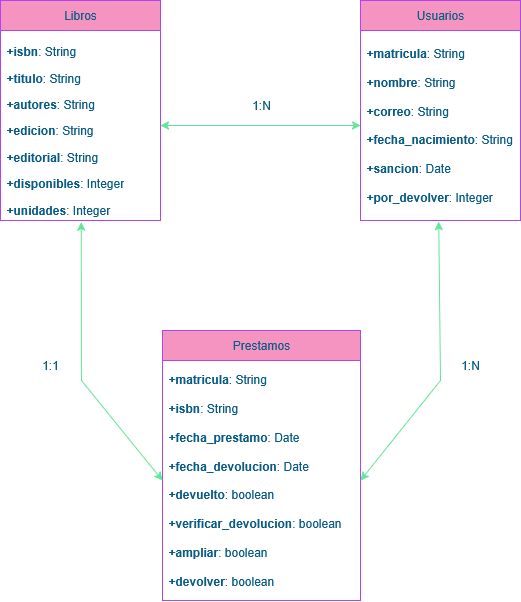
azuar4e/RESTful-Service keeps this draw.io diagram as images/er-model.png. Above is the earlier version. Source tidied: cells renumbered, new cells last; positions are measured from the earlier drawing's top-left corner, leaving out a move shared by most shapes. Its diagram source:
```xml
<mxGraphModel>
  <root>
    <mxCell id="0" />
    <mxCell id="1" parent="0" />
    <mxCell id="2" value="Libros" style="swimlane;fontStyle=0;horizontal=1;startSize=30;whiteSpace=wrap;html=1;labelBackgroundColor=none;fillColor=#F694C1;strokeColor=#AF45ED;fontColor=#095C86;" parent="1" vertex="1">
      <mxGeometry width="160" height="220" as="geometry" />
    </mxCell>
    <mxCell id="3" value="&lt;li&gt;&lt;p class=&quot;ds-markdown-paragraph&quot;&gt;&lt;strong&gt;+isbn&lt;/strong&gt;: String&lt;/p&gt;&lt;/li&gt;&lt;li&gt;&lt;p class=&quot;ds-markdown-paragraph&quot;&gt;&lt;strong&gt;+titulo&lt;/strong&gt;: String&lt;/p&gt;&lt;/li&gt;&lt;li&gt;&lt;p class=&quot;ds-markdown-paragraph&quot;&gt;&lt;strong&gt;+autores&lt;/strong&gt;: String&lt;/p&gt;&lt;/li&gt;&lt;li&gt;&lt;p class=&quot;ds-markdown-paragraph&quot;&gt;&lt;strong&gt;+edicion&lt;/strong&gt;: String&lt;/p&gt;&lt;/li&gt;&lt;li&gt;&lt;p class=&quot;ds-markdown-paragraph&quot;&gt;&lt;strong&gt;+editorial&lt;/strong&gt;: String&lt;/p&gt;&lt;/li&gt;&lt;li&gt;&lt;p class=&quot;ds-markdown-paragraph&quot;&gt;&lt;strong&gt;+disponibles&lt;/strong&gt;: Integer&lt;/p&gt;&lt;/li&gt;&lt;li&gt;&lt;p class=&quot;ds-markdown-paragraph&quot;&gt;&lt;strong&gt;+unidades&lt;/strong&gt;: Integer&lt;/p&gt;&lt;/li&gt;" style="text;strokeColor=none;fillColor=none;align=left;verticalAlign=middle;spacingLeft=4;spacingRight=4;overflow=hidden;points=[[0,0.5],[1,0.5]];portConstraint=eastwest;whiteSpace=wrap;html=1;labelBackgroundColor=none;fontColor=#095C86;" parent="2" vertex="1">
      <mxGeometry y="30" width="160" height="190" as="geometry" />
    </mxCell>
    <mxCell id="4" value="Usuarios" style="swimlane;fontStyle=0;horizontal=1;startSize=30;whiteSpace=wrap;html=1;labelBackgroundColor=none;fillColor=#F694C1;strokeColor=#AF45ED;fontColor=#095C86;" parent="1" vertex="1">
      <mxGeometry x="360" width="160" height="220" as="geometry" />
    </mxCell>
    <mxCell id="5" value="&lt;div&gt;&lt;strong&gt;+matricula&lt;/strong&gt;: String&lt;/div&gt;&lt;div&gt;&lt;br&gt;&lt;/div&gt;&lt;div&gt;&lt;strong&gt;+nombre&lt;/strong&gt;: String&lt;/div&gt;&lt;div&gt;&lt;br&gt;&lt;/div&gt;&lt;div&gt;&lt;strong&gt;+correo&lt;/strong&gt;: String&lt;/div&gt;&lt;div&gt;&lt;br&gt;&lt;/div&gt;&lt;div&gt;&lt;strong&gt;+fecha_nacimiento&lt;/strong&gt;:&amp;nbsp;String&lt;/div&gt;&lt;div&gt;&lt;strong&gt;&lt;br&gt;&lt;/strong&gt;&lt;/div&gt;&lt;div&gt;&lt;strong&gt;+sancion&lt;/strong&gt;: Date&lt;/div&gt;&lt;div&gt;&lt;strong&gt;&lt;br&gt;&lt;/strong&gt;&lt;/div&gt;&lt;div&gt;&lt;strong&gt;+por_devolver&lt;/strong&gt;: Integer&lt;/div&gt;" style="text;strokeColor=none;fillColor=none;align=left;verticalAlign=middle;spacingLeft=4;spacingRight=4;overflow=hidden;points=[[0,0.5],[1,0.5]];portConstraint=eastwest;whiteSpace=wrap;html=1;labelBackgroundColor=none;fontColor=#095C86;" parent="4" vertex="1">
      <mxGeometry y="30" width="160" height="190" as="geometry" />
    </mxCell>
    <mxCell id="6" value="Prestamos" style="swimlane;fontStyle=0;horizontal=1;startSize=30;whiteSpace=wrap;html=1;labelBackgroundColor=none;fillColor=#F694C1;strokeColor=#AF45ED;fontColor=#095C86;" parent="1" vertex="1">
      <mxGeometry x="162" y="330" width="198" height="270" as="geometry" />
    </mxCell>
    <mxCell id="7" value="&lt;div&gt;&lt;strong&gt;+matricula&lt;/strong&gt;: String&lt;/div&gt;&lt;div&gt;&lt;br&gt;&lt;/div&gt;&lt;div&gt;&lt;strong&gt;+isbn&lt;/strong&gt;: String&lt;/div&gt;&lt;div&gt;&lt;br&gt;&lt;/div&gt;&lt;div&gt;&lt;strong&gt;+fecha_prestamo&lt;/strong&gt;: Date&lt;/div&gt;&lt;div&gt;&lt;br&gt;&lt;/div&gt;&lt;div&gt;&lt;strong&gt;+fecha_devolucion&lt;/strong&gt;: Date&lt;/div&gt;&lt;div&gt;&lt;br&gt;&lt;/div&gt;&lt;div&gt;&lt;strong&gt;+devuelto&lt;/strong&gt;: boolean&lt;/div&gt;&lt;div&gt;&lt;br&gt;&lt;/div&gt;&lt;div&gt;&lt;strong&gt;+verificar_devolucion&lt;/strong&gt;: boolean&lt;/div&gt;&lt;div&gt;&lt;br&gt;&lt;/div&gt;&lt;div&gt;&lt;strong&gt;+ampliar&lt;/strong&gt;: boolean&lt;/div&gt;&lt;div&gt;&lt;br&gt;&lt;/div&gt;&lt;strong&gt;+devolver&lt;/strong&gt;: boolean" style="text;strokeColor=none;fillColor=none;align=left;verticalAlign=middle;spacingLeft=4;spacingRight=4;overflow=hidden;points=[[0,0.5],[1,0.5]];portConstraint=eastwest;whiteSpace=wrap;html=1;labelBackgroundColor=none;fontColor=#095C86;" parent="6" vertex="1">
      <mxGeometry y="30" width="198" height="240" as="geometry" />
    </mxCell>
    <mxCell id="8" style="endArrow=classic;startArrow=classic;html=1;rounded=0;exitX=0;exitY=0.5;exitDx=0;exitDy=0;entryX=0.505;entryY=1.009;entryDx=0;entryDy=0;entryPerimeter=0;labelBackgroundColor=none;strokeColor=#60E696;fontColor=default;" parent="1" edge="1" source="7" target="3">
      <mxGeometry relative="1" as="geometry">
        <Array as="points">
          <mxPoint x="81" y="380" />
        </Array>
      </mxGeometry>
    </mxCell>
    <mxCell id="9" value="1:1" style="text;html=1;align=center;verticalAlign=middle;whiteSpace=wrap;rounded=0;labelBackgroundColor=none;fontColor=#095C86;" parent="1" vertex="1">
      <mxGeometry x="20" y="350" width="60" height="30" as="geometry" />
    </mxCell>
    <mxCell id="10" style="endArrow=classic;startArrow=classic;html=1;rounded=0;entryX=0.489;entryY=1.006;entryDx=0;entryDy=0;entryPerimeter=0;exitX=1;exitY=0.5;exitDx=0;exitDy=0;labelBackgroundColor=none;strokeColor=#60E696;fontColor=default;" parent="1" edge="1" source="7" target="5">
      <mxGeometry relative="1" as="geometry">
        <Array as="points">
          <mxPoint x="440" y="380" />
        </Array>
      </mxGeometry>
    </mxCell>
    <mxCell id="11" value="1:N" style="text;html=1;align=center;verticalAlign=middle;whiteSpace=wrap;rounded=0;labelBackgroundColor=none;fontColor=#095C86;" parent="1" vertex="1">
      <mxGeometry x="440" y="350" width="60" height="30" as="geometry" />
    </mxCell>
    <mxCell id="12" style="endArrow=classic;startArrow=classic;html=1;rounded=0;entryX=0;entryY=0.5;entryDx=0;entryDy=0;exitX=1;exitY=0.5;exitDx=0;exitDy=0;labelBackgroundColor=none;strokeColor=#60E696;fontColor=default;" parent="1" edge="1" source="3" target="5">
      <mxGeometry relative="1" as="geometry" />
    </mxCell>
    <mxCell id="13" value="1:N" style="text;html=1;align=center;verticalAlign=middle;whiteSpace=wrap;rounded=0;labelBackgroundColor=none;fontColor=#095C86;" parent="1" vertex="1">
      <mxGeometry x="231" y="90" width="60" height="30" as="geometry" />
    </mxCell>
  </root>
</mxGraphModel>
```
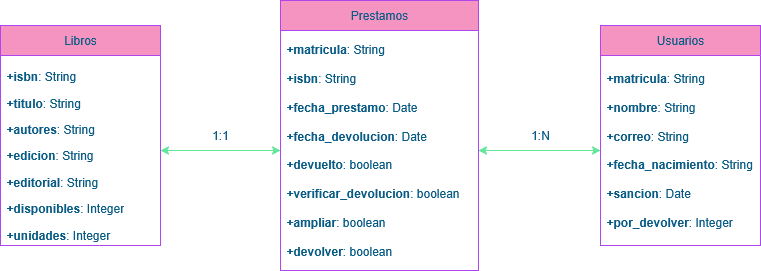
After the change.

The edit, as a diff of the source:
```diff
@@ -3,48 +3,34 @@
     <mxCell id="0" />
     <mxCell id="1" parent="0" />
     <mxCell id="2" value="Libros" style="swimlane;fontStyle=0;horizontal=1;startSize=30;whiteSpace=wrap;html=1;labelBackgroundColor=none;fillColor=#F694C1;strokeColor=#AF45ED;fontColor=#095C86;" parent="1" vertex="1">
-      <mxGeometry width="160" height="220" as="geometry" />
+      <mxGeometry y="5" width="160" height="220" as="geometry" />
     </mxCell>
     <mxCell id="3" value="&lt;li&gt;&lt;p class=&quot;ds-markdown-paragraph&quot;&gt;&lt;strong&gt;+isbn&lt;/strong&gt;: String&lt;/p&gt;&lt;/li&gt;&lt;li&gt;&lt;p class=&quot;ds-markdown-paragraph&quot;&gt;&lt;strong&gt;+titulo&lt;/strong&gt;: String&lt;/p&gt;&lt;/li&gt;&lt;li&gt;&lt;p class=&quot;ds-markdown-paragraph&quot;&gt;&lt;strong&gt;+autores&lt;/strong&gt;: String&lt;/p&gt;&lt;/li&gt;&lt;li&gt;&lt;p class=&quot;ds-markdown-paragraph&quot;&gt;&lt;strong&gt;+edicion&lt;/strong&gt;: String&lt;/p&gt;&lt;/li&gt;&lt;li&gt;&lt;p class=&quot;ds-markdown-paragraph&quot;&gt;&lt;strong&gt;+editorial&lt;/strong&gt;: String&lt;/p&gt;&lt;/li&gt;&lt;li&gt;&lt;p class=&quot;ds-markdown-paragraph&quot;&gt;&lt;strong&gt;+disponibles&lt;/strong&gt;: Integer&lt;/p&gt;&lt;/li&gt;&lt;li&gt;&lt;p class=&quot;ds-markdown-paragraph&quot;&gt;&lt;strong&gt;+unidades&lt;/strong&gt;: Integer&lt;/p&gt;&lt;/li&gt;" style="text;strokeColor=none;fillColor=none;align=left;verticalAlign=middle;spacingLeft=4;spacingRight=4;overflow=hidden;points=[[0,0.5],[1,0.5]];portConstraint=eastwest;whiteSpace=wrap;html=1;labelBackgroundColor=none;fontColor=#095C86;" parent="2" vertex="1">
       <mxGeometry y="30" width="160" height="190" as="geometry" />
     </mxCell>
     <mxCell id="4" value="Usuarios" style="swimlane;fontStyle=0;horizontal=1;startSize=30;whiteSpace=wrap;html=1;labelBackgroundColor=none;fillColor=#F694C1;strokeColor=#AF45ED;fontColor=#095C86;" parent="1" vertex="1">
-      <mxGeometry x="360" width="160" height="220" as="geometry" />
+      <mxGeometry x="600" y="5" width="160" height="220" as="geometry" />
     </mxCell>
     <mxCell id="5" value="&lt;div&gt;&lt;strong&gt;+matricula&lt;/strong&gt;: String&lt;/div&gt;&lt;div&gt;&lt;br&gt;&lt;/div&gt;&lt;div&gt;&lt;strong&gt;+nombre&lt;/strong&gt;: String&lt;/div&gt;&lt;div&gt;&lt;br&gt;&lt;/div&gt;&lt;div&gt;&lt;strong&gt;+correo&lt;/strong&gt;: String&lt;/div&gt;&lt;div&gt;&lt;br&gt;&lt;/div&gt;&lt;div&gt;&lt;strong&gt;+fecha_nacimiento&lt;/strong&gt;:&amp;nbsp;String&lt;/div&gt;&lt;div&gt;&lt;strong&gt;&lt;br&gt;&lt;/strong&gt;&lt;/div&gt;&lt;div&gt;&lt;strong&gt;+sancion&lt;/strong&gt;: Date&lt;/div&gt;&lt;div&gt;&lt;strong&gt;&lt;br&gt;&lt;/strong&gt;&lt;/div&gt;&lt;div&gt;&lt;strong&gt;+por_devolver&lt;/strong&gt;: Integer&lt;/div&gt;" style="text;strokeColor=none;fillColor=none;align=left;verticalAlign=middle;spacingLeft=4;spacingRight=4;overflow=hidden;points=[[0,0.5],[1,0.5]];portConstraint=eastwest;whiteSpace=wrap;html=1;labelBackgroundColor=none;fontColor=#095C86;" parent="4" vertex="1">
       <mxGeometry y="30" width="160" height="190" as="geometry" />
     </mxCell>
     <mxCell id="6" value="Prestamos" style="swimlane;fontStyle=0;horizontal=1;startSize=30;whiteSpace=wrap;html=1;labelBackgroundColor=none;fillColor=#F694C1;strokeColor=#AF45ED;fontColor=#095C86;" parent="1" vertex="1">
-      <mxGeometry x="162" y="330" width="198" height="270" as="geometry" />
+      <mxGeometry x="280" y="-20" width="198" height="270" as="geometry" />
     </mxCell>
     <mxCell id="7" value="&lt;div&gt;&lt;strong&gt;+matricula&lt;/strong&gt;: String&lt;/div&gt;&lt;div&gt;&lt;br&gt;&lt;/div&gt;&lt;div&gt;&lt;strong&gt;+isbn&lt;/strong&gt;: String&lt;/div&gt;&lt;div&gt;&lt;br&gt;&lt;/div&gt;&lt;div&gt;&lt;strong&gt;+fecha_prestamo&lt;/strong&gt;: Date&lt;/div&gt;&lt;div&gt;&lt;br&gt;&lt;/div&gt;&lt;div&gt;&lt;strong&gt;+fecha_devolucion&lt;/strong&gt;: Date&lt;/div&gt;&lt;div&gt;&lt;br&gt;&lt;/div&gt;&lt;div&gt;&lt;strong&gt;+devuelto&lt;/strong&gt;: boolean&lt;/div&gt;&lt;div&gt;&lt;br&gt;&lt;/div&gt;&lt;div&gt;&lt;strong&gt;+verificar_devolucion&lt;/strong&gt;: boolean&lt;/div&gt;&lt;div&gt;&lt;br&gt;&lt;/div&gt;&lt;div&gt;&lt;strong&gt;+ampliar&lt;/strong&gt;: boolean&lt;/div&gt;&lt;div&gt;&lt;br&gt;&lt;/div&gt;&lt;strong&gt;+devolver&lt;/strong&gt;: boolean" style="text;strokeColor=none;fillColor=none;align=left;verticalAlign=middle;spacingLeft=4;spacingRight=4;overflow=hidden;points=[[0,0.5],[1,0.5]];portConstraint=eastwest;whiteSpace=wrap;html=1;labelBackgroundColor=none;fontColor=#095C86;" parent="6" vertex="1">
       <mxGeometry y="30" width="198" height="240" as="geometry" />
     </mxCell>
-    <mxCell id="8" style="endArrow=classic;startArrow=classic;html=1;rounded=0;exitX=0;exitY=0.5;exitDx=0;exitDy=0;entryX=0.505;entryY=1.009;entryDx=0;entryDy=0;entryPerimeter=0;labelBackgroundColor=none;strokeColor=#60E696;fontColor=default;" parent="1" edge="1" source="7" target="3">
-      <mxGeometry relative="1" as="geometry">
-        <Array as="points">
-          <mxPoint x="81" y="380" />
-        </Array>
-      </mxGeometry>
+    <mxCell id="8" style="endArrow=classic;startArrow=classic;html=1;rounded=0;exitX=0;exitY=0.5;exitDx=0;exitDy=0;entryX=1;entryY=0.5;entryDx=0;entryDy=0;labelBackgroundColor=none;strokeColor=#60E696;fontColor=default;" parent="1" edge="1" source="7" target="3">
+      <mxGeometry relative="1" as="geometry" />
     </mxCell>
     <mxCell id="9" value="1:1" style="text;html=1;align=center;verticalAlign=middle;whiteSpace=wrap;rounded=0;labelBackgroundColor=none;fontColor=#095C86;" parent="1" vertex="1">
-      <mxGeometry x="20" y="350" width="60" height="30" as="geometry" />
+      <mxGeometry x="190" y="100" width="60" height="30" as="geometry" />
     </mxCell>
-    <mxCell id="10" style="endArrow=classic;startArrow=classic;html=1;rounded=0;entryX=0.489;entryY=1.006;entryDx=0;entryDy=0;entryPerimeter=0;exitX=1;exitY=0.5;exitDx=0;exitDy=0;labelBackgroundColor=none;strokeColor=#60E696;fontColor=default;" parent="1" edge="1" source="7" target="5">
-      <mxGeometry relative="1" as="geometry">
-        <Array as="points">
-          <mxPoint x="440" y="380" />
-        </Array>
-      </mxGeometry>
+    <mxCell id="10" style="endArrow=classic;startArrow=classic;html=1;rounded=0;entryX=0;entryY=0.5;entryDx=0;entryDy=0;exitX=1;exitY=0.5;exitDx=0;exitDy=0;labelBackgroundColor=none;strokeColor=#60E696;fontColor=default;" parent="1" edge="1" source="7" target="5">
+      <mxGeometry relative="1" as="geometry" />
     </mxCell>
     <mxCell id="11" value="1:N" style="text;html=1;align=center;verticalAlign=middle;whiteSpace=wrap;rounded=0;labelBackgroundColor=none;fontColor=#095C86;" parent="1" vertex="1">
-      <mxGeometry x="440" y="350" width="60" height="30" as="geometry" />
+      <mxGeometry x="510" y="100" width="60" height="30" as="geometry" />
     </mxCell>
-    <mxCell id="12" style="endArrow=classic;startArrow=classic;html=1;rounded=0;entryX=0;entryY=0.5;entryDx=0;entryDy=0;exitX=1;exitY=0.5;exitDx=0;exitDy=0;labelBackgroundColor=none;strokeColor=#60E696;fontColor=default;" parent="1" edge="1" source="3" target="5">
-      <mxGeometry relative="1" as="geometry" />
-    </mxCell>
-    <mxCell id="13" value="1:N" style="text;html=1;align=center;verticalAlign=middle;whiteSpace=wrap;rounded=0;labelBackgroundColor=none;fontColor=#095C86;" parent="1" vertex="1">
-      <mxGeometry x="231" y="90" width="60" height="30" as="geometry" />
-    </mxCell>
   </root>
 </mxGraphModel>
```
